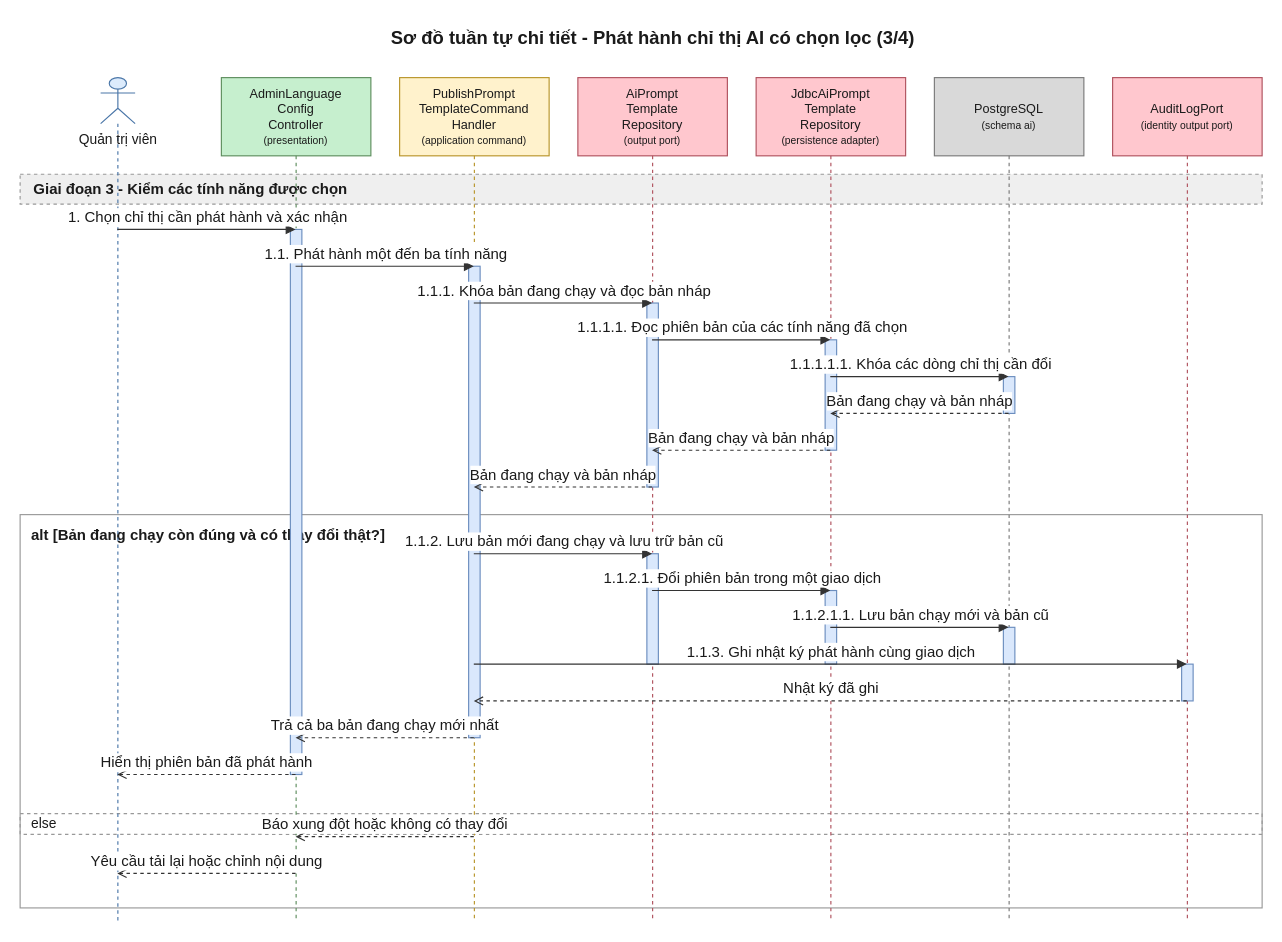
daiphu1801/PRJ_ALGOPREP keeps this draw.io diagram as 08-diagram/sequence/admin/sequence_admin_cau_hinh_prompt_ai_p3.drawio. Above is the earlier version. Source tidied: cells renumbered, new cells numbered last; positions are measured from the earlier drawing's top-left corner, leaving out a move shared by most shapes. Both pictures are drawn from the tidied source at 115%, with x=0, y=0 at pixel (20, 20).
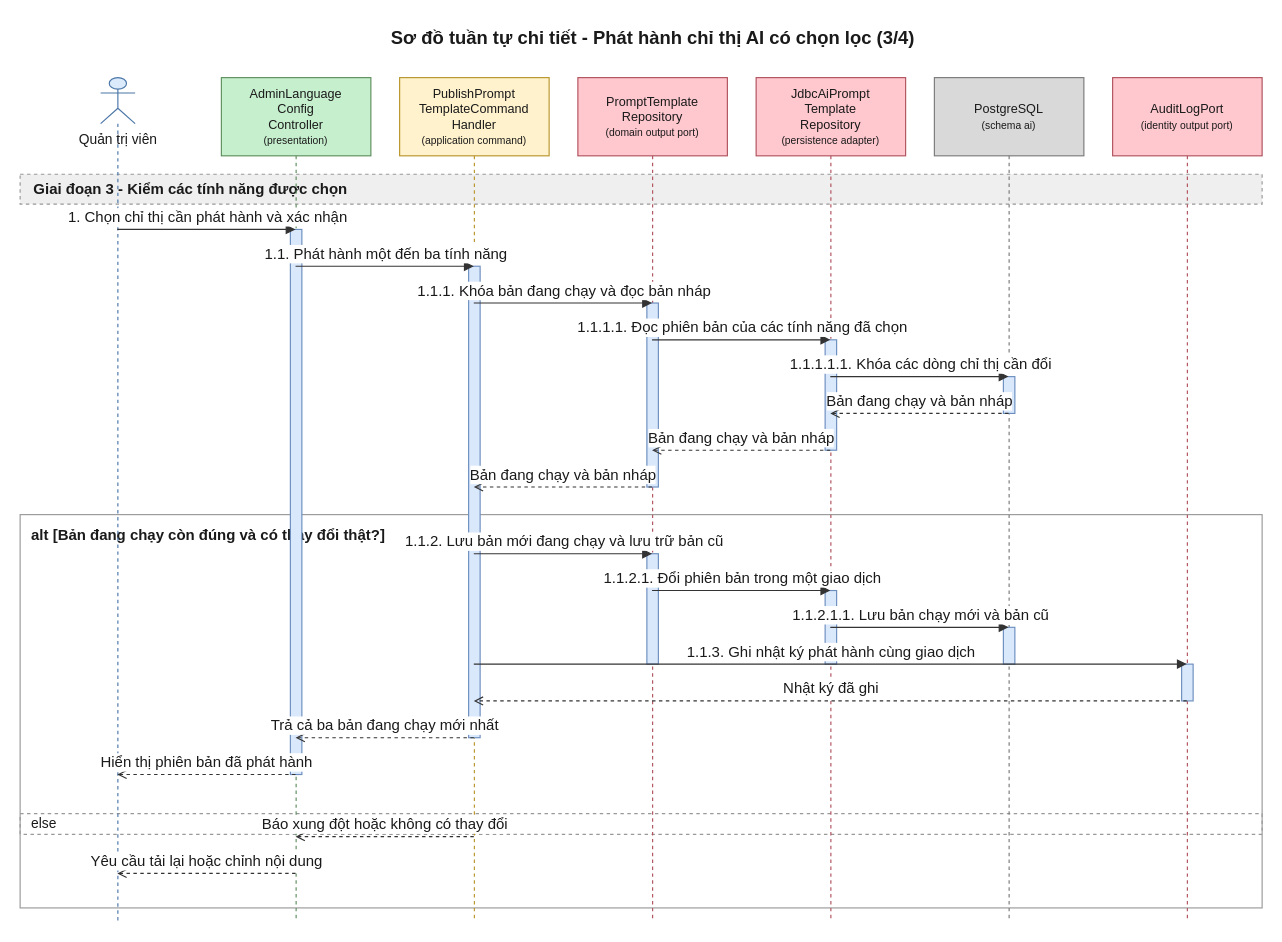
The same diagram, later.

What changed in the source:
```diff
@@
-    <mxCell id="9" value="AiPrompt&lt;br&gt;Template&lt;br&gt;Repository&lt;br&gt;&lt;font style=&quot;font-size:9px&quot;&gt;(output port)&lt;/font&gt;" style="shape=umlLifeline;perimeter=lifelinePerimeter;whiteSpace=wrap;html=1;outlineConnect=0;size=68;fontSize=11;fillColor=#FFC7CE;strokeColor=#B0525E;fontColor=#1A1A1A;" parent="1" vertex="1">
+    <mxCell id="9" value="PromptTemplate&lt;br&gt;Repository&lt;br&gt;&lt;font style=&quot;font-size:9px&quot;&gt;(domain output port)&lt;/font&gt;" style="shape=umlLifeline;perimeter=lifelinePerimeter;whiteSpace=wrap;html=1;outlineConnect=0;size=68;fontSize=11;fillColor=#FFC7CE;strokeColor=#B0525E;fontColor=#1A1A1A;" parent="1" vertex="1">
       <mxGeometry x="485" y="50" width="130" height="734" as="geometry" />
     </mxCell>
```
